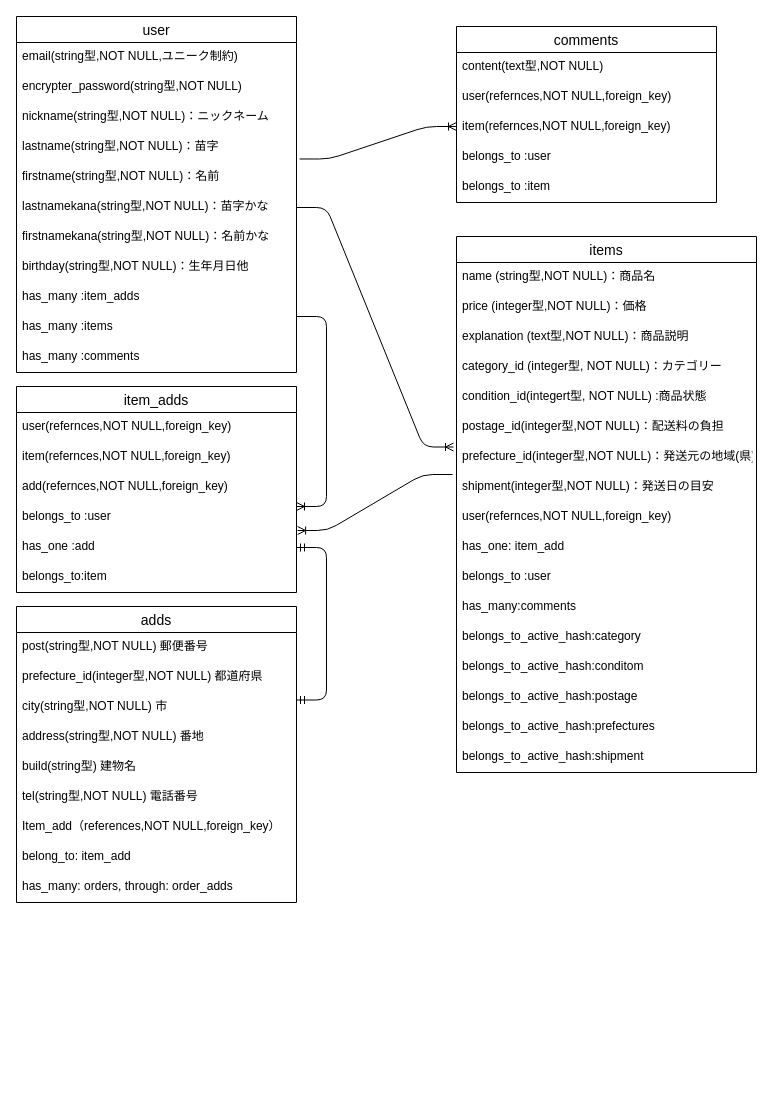
This is ER.dio from bitich/furima-39113, a draw.io file, before an edit. Source tidied: cells renumbered, new cells numbered last; positions are measured from the earlier drawing's top-left corner, leaving out a move shared by most shapes. Both pictures are drawn from the tidied source at 100%, with x=0, y=0 at pixel (16, 16).
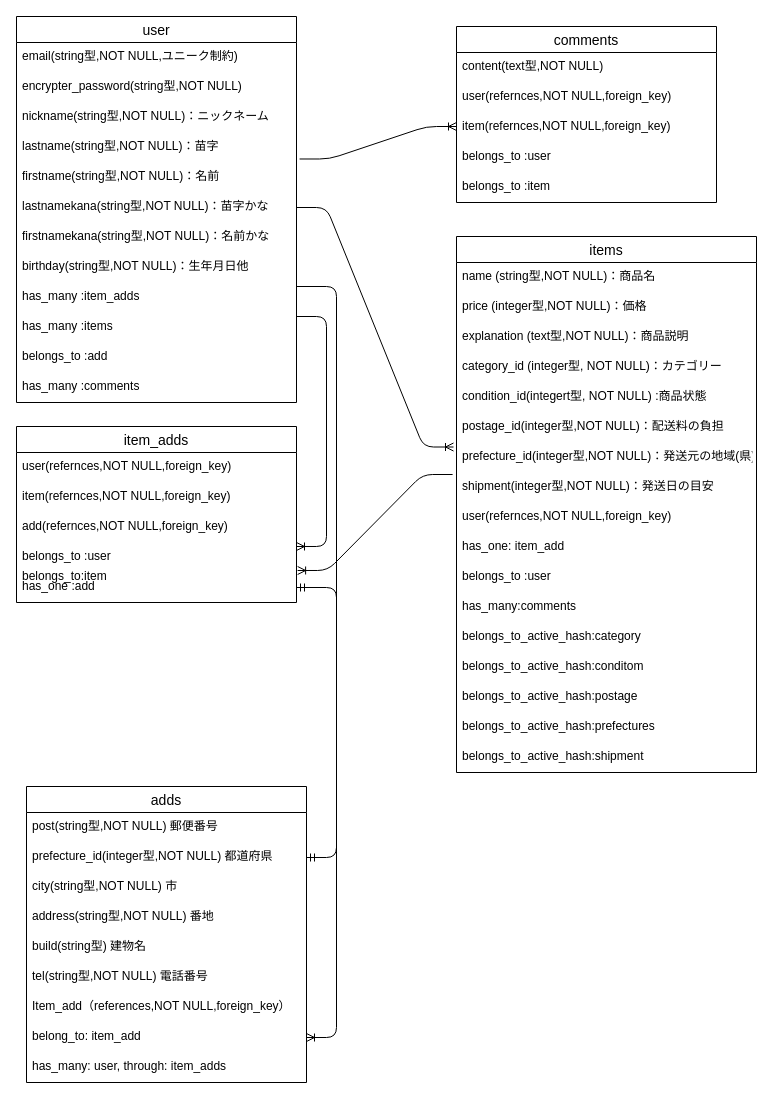
The same page after the edit.

Unchanged cells that the change refers to:
```xml
<mxCell id="34" value="prefecture_id(integer型,NOT NULL) 都道府県" style="text;strokeColor=none;fillColor=none;spacingLeft=4;spacingRight=4;overflow=hidden;points=[[0,0.5],[1,0.5]];portConstraint=eastwest;fontSize=12;" parent="32" vertex="1">
  <mxGeometry y="56" width="280" height="30" as="geometry" />
</mxCell>
<mxCell id="35" value="city(string型,NOT NULL) 市" style="text;strokeColor=none;fillColor=none;spacingLeft=4;spacingRight=4;overflow=hidden;points=[[0,0.5],[1,0.5]];portConstraint=eastwest;fontSize=12;" parent="32" vertex="1">
  <mxGeometry y="86" width="280" height="30" as="geometry" />
</mxCell>
<mxCell id="40" value="belong_to: item_add" style="text;strokeColor=none;fillColor=none;spacingLeft=4;spacingRight=4;overflow=hidden;points=[[0,0.5],[1,0.5]];portConstraint=eastwest;fontSize=12;" parent="32" vertex="1">
  <mxGeometry y="236" width="280" height="30" as="geometry" />
</mxCell>
<mxCell id="47" value="has_one :add" style="text;strokeColor=none;fillColor=none;spacingLeft=4;spacingRight=4;overflow=hidden;points=[[0,0.5],[1,0.5]];portConstraint=eastwest;fontSize=12;" parent="42" vertex="1">
  <mxGeometry y="146" width="280" height="30" as="geometry" />
</mxCell>
```

The edit, as a diff of the source:
```diff
@@
     <mxCell id="2" value="user" style="swimlane;fontStyle=0;horizontal=1;startSize=26;align=center;fontSize=14;" parent="1" vertex="1">
-      <mxGeometry width="280" height="356" as="geometry" />
+      <mxGeometry width="280" height="386" as="geometry" />
     </mxCell>
@@
+    <mxCell id="60" value="belongs_to :add" style="text;strokeColor=none;fillColor=none;spacingLeft=4;spacingRight=4;overflow=hidden;fontSize=12;" parent="2" vertex="1">
+      <mxGeometry y="326" width="280" height="30" as="geometry" />
+    </mxCell>
     <mxCell id="13" value="has_many :comments" style="text;strokeColor=none;fillColor=none;spacingLeft=4;spacingRight=4;overflow=hidden;fontSize=12;" parent="2" vertex="1">
-      <mxGeometry y="326" width="280" height="30" as="geometry" />
+      <mxGeometry y="356" width="280" height="30" as="geometry" />
     </mxCell>
@@
     <mxCell id="32" value="adds" style="swimlane;fontStyle=0;horizontal=1;startSize=26;align=center;fontSize=14;" parent="1" vertex="1">
-      <mxGeometry y="590" width="280" height="296" as="geometry" />
+      <mxGeometry x="10" y="770" width="280" height="296" as="geometry" />
     </mxCell>
@@
-    <mxCell id="41" value="has_many: orders, through: order_adds" style="text;strokeColor=none;fillColor=none;spacingLeft=4;spacingRight=4;overflow=hidden;fontSize=12;" parent="32" vertex="1">
+    <mxCell id="41" value="has_many: user, through: item_adds" style="text;strokeColor=none;fillColor=none;spacingLeft=4;spacingRight=4;overflow=hidden;fontSize=12;" parent="32" vertex="1">
       <mxGeometry y="266" width="280" height="30" as="geometry" />
     </mxCell>
     <mxCell id="42" value="item_adds" style="swimlane;fontStyle=0;horizontal=1;startSize=26;align=center;fontSize=14;" parent="1" vertex="1">
-      <mxGeometry y="370" width="280" height="206" as="geometry" />
+      <mxGeometry y="410" width="280" height="176" as="geometry" />
     </mxCell>
@@
-    <mxCell id="48" value="belongs_to:item" style="text;strokeColor=none;fillColor=none;spacingLeft=4;spacingRight=4;overflow=hidden;fontSize=12;" parent="42" vertex="1">
-      <mxGeometry y="176" width="280" height="30" as="geometry" />
-    </mxCell>
@@
-    <mxCell id="59" style="edgeStyle=entityRelationEdgeStyle;fontSize=12;html=1;endArrow=ERmandOne;startArrow=ERmandOne;exitX=1;exitY=0.25;exitDx=0;exitDy=0;exitPerimeter=0;" parent="1" edge="1" source="35" target="47">
+    <mxCell id="59" style="edgeStyle=entityRelationEdgeStyle;fontSize=12;html=1;endArrow=ERmandOne;startArrow=ERmandOne;" parent="1" edge="1" source="34" target="47">
       <mxGeometry relative="1" as="geometry" />
     </mxCell>
+    <mxCell id="48" value="belongs_to:item" style="text;strokeColor=none;fillColor=none;spacingLeft=4;spacingRight=4;overflow=hidden;fontSize=12;" parent="1" vertex="1">
+      <mxGeometry y="546" width="280" height="30" as="geometry" />
+    </mxCell>
+    <mxCell id="61" style="edgeStyle=entityRelationEdgeStyle;fontSize=12;html=1;endArrow=ERoneToMany;" parent="1" edge="1" target="40">
+      <mxGeometry relative="1" as="geometry">
+        <mxPoint x="280" y="270" as="sourcePoint" />
+      </mxGeometry>
+    </mxCell>
```
